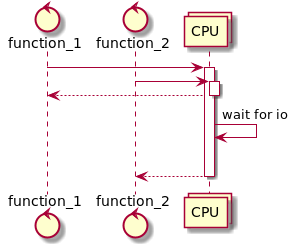
Above: images/process_par.png in andgineer/sorokin.engineer (PlantUML), before the change.
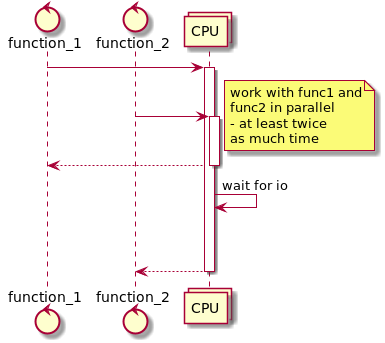
Later version of the same file.

Change to the diagram source:
```diff
@@ -6,11 +6,13 @@
 function_1 -> CPU
 activate CPU
 function_2 -> CPU
+note right: work with func1 and \nfunc2 in parallel\n- at least twice \nas much time
 activate CPU
 CPU --> function_1
 deactivate CPU
 CPU -> CPU: wait for io
 |||
+|||
 CPU --> function_2
 deactivate CPU
 @enduml
```
